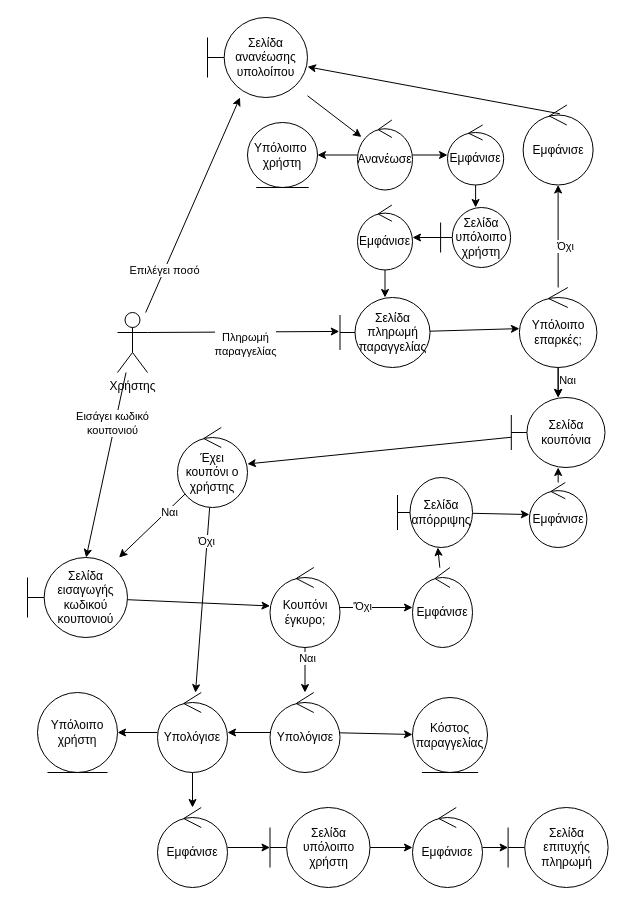
Dionkaps/Eu-Zin keeps this draw.io diagram as ΤΡΙΤΟ ΠΑΡΑΔΟΤΕΟ/Robustness-diagrams_v0.1/rd_πληρωμή_παραγγελιών.drawio. Above is the earlier version. Source tidied: cells renumbered, new cells numbered last; positions are measured from the earlier drawing's top-left corner, leaving out a move shared by most shapes. Both pictures are drawn from the tidied source at 100%, with x=0, y=0 at pixel (27, 17).
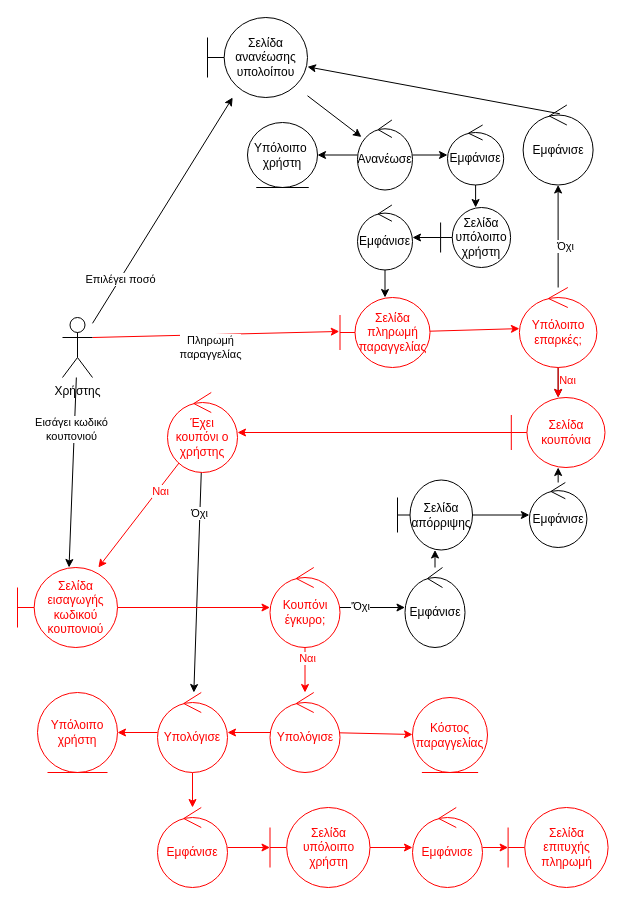
The same page after the edit.

Commit message:
Αλλαγή χρώματος βασικής ροή σε robustness

The change refers to these unchanged cells:
```xml
<mxCell id="16" style="edgeStyle=none;rounded=0;jettySize=auto;html=1;" parent="1" edge="1" source="19" target="45">
  <mxGeometry relative="1" as="geometry" />
</mxCell>
```

Change to the diagram source:
```diff
@@
-    <mxCell id="2" style="rounded=0;jettySize=auto;html=1;entryX=-0.008;entryY=0.485;entryDx=0;entryDy=0;entryPerimeter=0;exitX=1;exitY=0.3333333333333333;exitDx=0;exitDy=0;exitPerimeter=0;" parent="1" edge="1" source="8" target="11">
+    <mxCell id="2" style="rounded=0;jettySize=auto;html=1;entryX=-0.008;entryY=0.485;entryDx=0;entryDy=0;entryPerimeter=0;exitX=1;exitY=0.3333333333333333;exitDx=0;exitDy=0;exitPerimeter=0;fillColor=#ffe6cc;strokeColor=#FF0000;" parent="1" edge="1" source="8" target="11">
       <mxGeometry relative="1" as="geometry" />
     </mxCell>
@@
     <mxCell id="8" value="Χρήστης" style="shape=umlActor;verticalLabelPosition=bottom;verticalAlign=top;html=1;outlineConnect=0;" parent="1" vertex="1">
-      <mxGeometry x="90" y="295" width="30" height="60" as="geometry" />
+      <mxGeometry x="35" y="300" width="30" height="60" as="geometry" />
     </mxCell>
@@
-    <mxCell id="10" style="edgeStyle=none;rounded=0;jettySize=auto;html=1;" parent="1" edge="1" source="11" target="19">
+    <mxCell id="10" style="edgeStyle=none;rounded=0;jettySize=auto;html=1;strokeColor=#FF0000;" parent="1" edge="1" source="11" target="19">
       <mxGeometry relative="1" as="geometry" />
     </mxCell>
-    <mxCell id="11" value="Σελίδα πληρωμή παραγγελίας" style="shape=umlBoundary;whiteSpace=wrap;html=1;" parent="1" vertex="1">
+    <mxCell id="11" value="&lt;font color=&quot;#ff0000&quot;&gt;Σελίδα πληρωμή παραγγελίας&lt;/font&gt;" style="shape=umlBoundary;whiteSpace=wrap;html=1;strokeColor=#FF0000;" parent="1" vertex="1">
       <mxGeometry x="312.5" y="280" width="90" height="70" as="geometry" />
     </mxCell>
@@
-    <mxCell id="17" value="Ναι" style="edgeLabel;html=1;align=center;verticalAlign=middle;" parent="16" vertex="1">
+    <mxCell id="17" value="Ναι" style="edgeLabel;html=1;align=center;verticalAlign=middle;fontColor=#FF0000;" parent="16" vertex="1">
       <mxGeometry x="-0.7" y="-1" relative="1" as="geometry">
         <mxPoint x="10" y="7" as="offset" />
       </mxGeometry>
     </mxCell>
-    <mxCell id="18" style="edgeStyle=none;rounded=0;jettySize=auto;html=1;" parent="1" edge="1" source="19" target="45">
+    <mxCell id="18" style="edgeStyle=none;rounded=0;jettySize=auto;html=1;strokeColor=#FF0000;" parent="1" edge="1" source="19" target="45">
       <mxGeometry relative="1" as="geometry" />
     </mxCell>
-    <mxCell id="19" value="Υπόλοιπο επαρκές;" style="ellipse;shape=umlControl;whiteSpace=wrap;html=1;" parent="1" vertex="1">
+    <mxCell id="19" value="&lt;font color=&quot;#ff0000&quot;&gt;Υπόλοιπο επαρκές;&lt;/font&gt;" style="ellipse;shape=umlControl;whiteSpace=wrap;html=1;strokeColor=#FF0000;" parent="1" vertex="1">
       <mxGeometry x="491.9" y="270" width="77.5" height="80" as="geometry" />
     </mxCell>
@@
-    <mxCell id="32" style="edgeStyle=none;rounded=0;jettySize=auto;html=1;" parent="1" edge="1" source="36" target="38">
+    <mxCell id="32" style="edgeStyle=none;rounded=0;jettySize=auto;html=1;strokeColor=#FF0000;" parent="1" edge="1" source="36" target="38">
       <mxGeometry relative="1" as="geometry" />
     </mxCell>
-    <mxCell id="33" value="Ναι" style="edgeLabel;html=1;align=center;verticalAlign=middle;" parent="32" vertex="1">
+    <mxCell id="33" value="Ναι" style="edgeLabel;html=1;align=center;verticalAlign=middle;fontColor=#FF0000;" parent="32" vertex="1">
       <mxGeometry x="-0.47" y="2" relative="1" as="geometry" />
     </mxCell>
@@
-    <mxCell id="36" value="Έχει κουπόνι ο χρήστης" style="ellipse;shape=umlControl;whiteSpace=wrap;html=1;" parent="1" vertex="1">
-      <mxGeometry x="150" y="410" width="70" height="80" as="geometry" />
+    <mxCell id="36" value="&lt;font color=&quot;#ff0000&quot;&gt;Έχει κουπόνι ο χρήστης&lt;/font&gt;" style="ellipse;shape=umlControl;whiteSpace=wrap;html=1;strokeColor=#FF0000;" parent="1" vertex="1">
+      <mxGeometry x="140" y="375" width="70" height="80" as="geometry" />
     </mxCell>
-    <mxCell id="37" style="edgeStyle=none;rounded=0;jettySize=auto;html=1;" parent="1" edge="1" source="38" target="43">
+    <mxCell id="37" style="edgeStyle=none;rounded=0;jettySize=auto;html=1;strokeColor=#FF0000;" parent="1" edge="1" source="38" target="43">
       <mxGeometry relative="1" as="geometry" />
     </mxCell>
-    <mxCell id="38" value="Σελίδα εισαγωγής κωδικού κουπονιού" style="shape=umlBoundary;whiteSpace=wrap;html=1;" parent="1" vertex="1">
-      <mxGeometry y="540" width="100" height="80" as="geometry" />
+    <mxCell id="38" value="&lt;font color=&quot;#ff0000&quot;&gt;Σελίδα εισαγωγής κωδικού κουπονιού&lt;/font&gt;" style="shape=umlBoundary;whiteSpace=wrap;html=1;strokeColor=#FF0000;" parent="1" vertex="1">
+      <mxGeometry x="-10" y="550" width="100" height="80" as="geometry" />
     </mxCell>
@@
-    <mxCell id="41" style="edgeStyle=none;rounded=0;jettySize=auto;html=1;" parent="1" edge="1" source="43" target="54">
+    <mxCell id="41" style="edgeStyle=none;rounded=0;jettySize=auto;html=1;strokeColor=#FF0000;" parent="1" edge="1" source="43" target="54">
       <mxGeometry relative="1" as="geometry" />
     </mxCell>
-    <mxCell id="42" value="Ναι" style="edgeLabel;html=1;align=center;verticalAlign=middle;" parent="41" vertex="1">
+    <mxCell id="42" value="Ναι" style="edgeLabel;html=1;align=center;verticalAlign=middle;fontColor=#FF0000;" parent="41" vertex="1">
       <mxGeometry x="-0.57" y="2" relative="1" as="geometry" />
     </mxCell>
-    <mxCell id="43" value="Κουπόνι έγκυρο;" style="ellipse;shape=umlControl;whiteSpace=wrap;html=1;" parent="1" vertex="1">
+    <mxCell id="43" value="&lt;font color=&quot;#ff0000&quot;&gt;Κουπόνι έγκυρο;&lt;/font&gt;" style="ellipse;shape=umlControl;whiteSpace=wrap;html=1;strokeColor=#FF0000;" parent="1" vertex="1">
       <mxGeometry x="242.5" y="550" width="70" height="80" as="geometry" />
     </mxCell>
-    <mxCell id="44" style="edgeStyle=none;rounded=0;jettySize=auto;html=1;" parent="1" edge="1" source="45" target="36">
+    <mxCell id="44" style="edgeStyle=none;rounded=0;jettySize=auto;html=1;strokeColor=#FF0000;" parent="1" edge="1" source="45" target="36">
       <mxGeometry relative="1" as="geometry" />
     </mxCell>
-    <mxCell id="45" value="Σελίδα κουπόνια" style="shape=umlBoundary;whiteSpace=wrap;html=1;" parent="1" vertex="1">
+    <mxCell id="45" value="&lt;font color=&quot;#ff0000&quot;&gt;Σελίδα κουπόνια&lt;/font&gt;" style="shape=umlBoundary;whiteSpace=wrap;html=1;strokeColor=#FF0000;" parent="1" vertex="1">
       <mxGeometry x="483.8" y="380" width="93.7" height="70" as="geometry" />
     </mxCell>
@@
     <mxCell id="47" value="Σελίδα απόρριψης" style="shape=umlBoundary;whiteSpace=wrap;html=1;" parent="1" vertex="1">
-      <mxGeometry x="370" y="460" width="75" height="70" as="geometry" />
+      <mxGeometry x="370" y="462.5" width="75" height="70" as="geometry" />
     </mxCell>
@@
     <mxCell id="49" value="Εμφάνισε" style="ellipse;shape=umlControl;whiteSpace=wrap;html=1;" parent="1" vertex="1">
-      <mxGeometry x="385" y="550" width="60" height="80" as="geometry" />
+      <mxGeometry x="377.5" y="550" width="60" height="80" as="geometry" />
     </mxCell>
@@
-    <mxCell id="52" style="edgeStyle=none;rounded=0;jettySize=auto;html=1;" parent="1" edge="1" source="54" target="55">
+    <mxCell id="52" style="edgeStyle=none;rounded=0;jettySize=auto;html=1;strokeColor=#FF0000;" parent="1" edge="1" source="54" target="55">
       <mxGeometry relative="1" as="geometry" />
     </mxCell>
-    <mxCell id="53" style="edgeStyle=none;rounded=0;jettySize=auto;html=1;" parent="1" edge="1" source="54" target="58">
+    <mxCell id="53" style="edgeStyle=none;rounded=0;jettySize=auto;html=1;strokeColor=#FF0000;" parent="1" edge="1" source="54" target="58">
       <mxGeometry relative="1" as="geometry" />
     </mxCell>
-    <mxCell id="54" value="Υπολόγισε" style="ellipse;shape=umlControl;whiteSpace=wrap;html=1;" parent="1" vertex="1">
+    <mxCell id="54" value="&lt;font color=&quot;#ff0000&quot;&gt;Υπολόγισε&lt;/font&gt;" style="ellipse;shape=umlControl;whiteSpace=wrap;html=1;strokeColor=#FF0000;" parent="1" vertex="1">
       <mxGeometry x="242.5" y="675" width="70" height="80" as="geometry" />
     </mxCell>
-    <mxCell id="55" value="Κόστος παραγγελίας" style="ellipse;shape=umlEntity;whiteSpace=wrap;html=1;" parent="1" vertex="1">
+    <mxCell id="55" value="&lt;font color=&quot;#ff0000&quot;&gt;Κόστος παραγγελίας&lt;/font&gt;" style="ellipse;shape=umlEntity;whiteSpace=wrap;html=1;strokeColor=#FF0000;" parent="1" vertex="1">
       <mxGeometry x="385" y="680" width="75" height="75" as="geometry" />
     </mxCell>
-    <mxCell id="56" style="edgeStyle=none;rounded=0;jettySize=auto;html=1;" parent="1" edge="1" source="58" target="59">
+    <mxCell id="56" style="edgeStyle=none;rounded=0;jettySize=auto;html=1;strokeColor=#FF0000;" parent="1" edge="1" source="58" target="59">
       <mxGeometry relative="1" as="geometry" />
     </mxCell>
-    <mxCell id="57" style="edgeStyle=none;rounded=0;jettySize=auto;html=1;" parent="1" edge="1" source="58" target="63">
+    <mxCell id="57" style="edgeStyle=none;rounded=0;jettySize=auto;html=1;strokeColor=#FF0000;" parent="1" edge="1" source="58" target="63">
       <mxGeometry relative="1" as="geometry" />
     </mxCell>
-    <mxCell id="58" value="Υπολόγισε" style="ellipse;shape=umlControl;whiteSpace=wrap;html=1;" parent="1" vertex="1">
+    <mxCell id="58" value="&lt;font color=&quot;#ff0000&quot;&gt;Υπολόγισε&lt;/font&gt;" style="ellipse;shape=umlControl;whiteSpace=wrap;html=1;strokeColor=#FF0000;" parent="1" vertex="1">
       <mxGeometry x="130" y="675" width="70" height="80" as="geometry" />
     </mxCell>
-    <mxCell id="59" value="Υπόλοιπο χρήστη" style="ellipse;shape=umlEntity;whiteSpace=wrap;html=1;" parent="1" vertex="1">
+    <mxCell id="59" value="&lt;font color=&quot;#ff0000&quot;&gt;Υπόλοιπο χρήστη&lt;/font&gt;" style="ellipse;shape=umlEntity;whiteSpace=wrap;html=1;strokeColor=#FF0000;" parent="1" vertex="1">
       <mxGeometry x="10" y="675" width="80" height="80" as="geometry" />
     </mxCell>
-    <mxCell id="60" style="edgeStyle=none;rounded=0;jettySize=auto;html=1;" parent="1" edge="1" source="61" target="65">
+    <mxCell id="60" style="edgeStyle=none;rounded=0;jettySize=auto;html=1;strokeColor=#FF0000;" parent="1" edge="1" source="61" target="65">
       <mxGeometry relative="1" as="geometry" />
     </mxCell>
-    <mxCell id="61" value="Σελίδα υπόλοιπο χρήστη" style="shape=umlBoundary;whiteSpace=wrap;html=1;" parent="1" vertex="1">
+    <mxCell id="61" value="&lt;font color=&quot;#ff0000&quot;&gt;Σελίδα υπόλοιπο χρήστη&lt;/font&gt;" style="shape=umlBoundary;whiteSpace=wrap;html=1;strokeColor=#FF0000;" parent="1" vertex="1">
       <mxGeometry x="242.5" y="790" width="100" height="80" as="geometry" />
     </mxCell>
-    <mxCell id="62" style="edgeStyle=none;rounded=0;jettySize=auto;html=1;" parent="1" edge="1" source="63" target="61">
+    <mxCell id="62" style="edgeStyle=none;rounded=0;jettySize=auto;html=1;strokeColor=#FF0000;" parent="1" edge="1" source="63" target="61">
       <mxGeometry relative="1" as="geometry" />
     </mxCell>
-    <mxCell id="63" value="Εμφάνισε" style="ellipse;shape=umlControl;whiteSpace=wrap;html=1;" parent="1" vertex="1">
+    <mxCell id="63" value="&lt;font color=&quot;#ff0000&quot;&gt;Εμφάνισε&lt;/font&gt;" style="ellipse;shape=umlControl;whiteSpace=wrap;html=1;strokeColor=#FF0000;" parent="1" vertex="1">
       <mxGeometry x="130" y="790" width="70" height="80" as="geometry" />
     </mxCell>
-    <mxCell id="64" style="edgeStyle=none;rounded=0;jettySize=auto;html=1;" parent="1" edge="1" source="65" target="66">
+    <mxCell id="64" style="edgeStyle=none;rounded=0;jettySize=auto;html=1;strokeColor=#FF0000;" parent="1" edge="1" source="65" target="66">
       <mxGeometry relative="1" as="geometry" />
     </mxCell>
-    <mxCell id="65" value="Εμφάνισε" style="ellipse;shape=umlControl;whiteSpace=wrap;html=1;" parent="1" vertex="1">
+    <mxCell id="65" value="&lt;font color=&quot;#ff0000&quot;&gt;Εμφάνισε&lt;/font&gt;" style="ellipse;shape=umlControl;whiteSpace=wrap;html=1;strokeColor=#FF0000;" parent="1" vertex="1">
       <mxGeometry x="385" y="790" width="70" height="80" as="geometry" />
     </mxCell>
-    <mxCell id="66" value="Σελίδα επιτυχής πληρωμή" style="shape=umlBoundary;whiteSpace=wrap;html=1;" parent="1" vertex="1">
+    <mxCell id="66" value="&lt;font color=&quot;#ff0000&quot;&gt;Σελίδα επιτυχής πληρωμή&lt;/font&gt;" style="shape=umlBoundary;whiteSpace=wrap;html=1;strokeColor=#FF0000;" parent="1" vertex="1">
       <mxGeometry x="480.6" y="790" width="100" height="80" as="geometry" />
     </mxCell>
```
